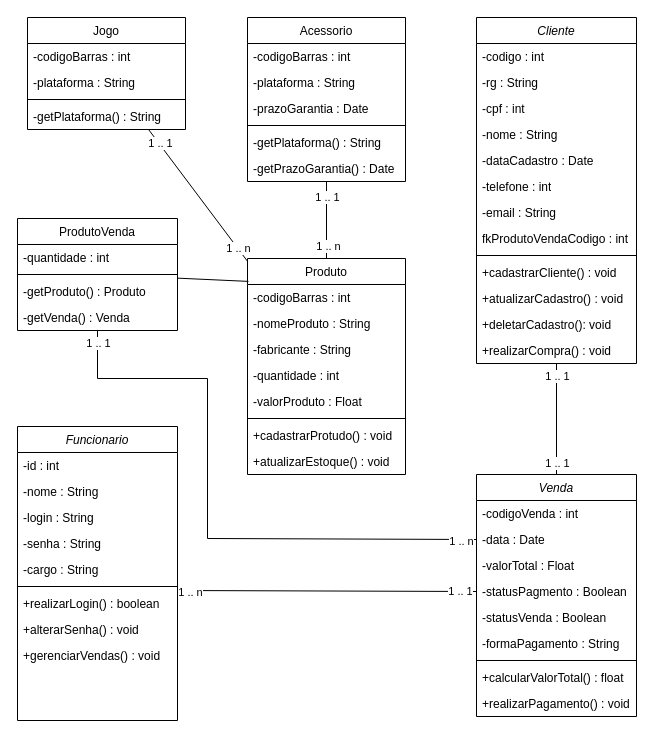
This is diagrama_loja_geek_pim_vi.drawio from matheusbatista1/class_diagram_loja_geek, a draw.io file, before an edit. Source tidied: cells renumbered, new cells numbered last; positions are measured from the earlier drawing's top-left corner, leaving out a move shared by most shapes. Both pictures are drawn from the tidied source at 100%, with x=0, y=0 at pixel (17, 17).
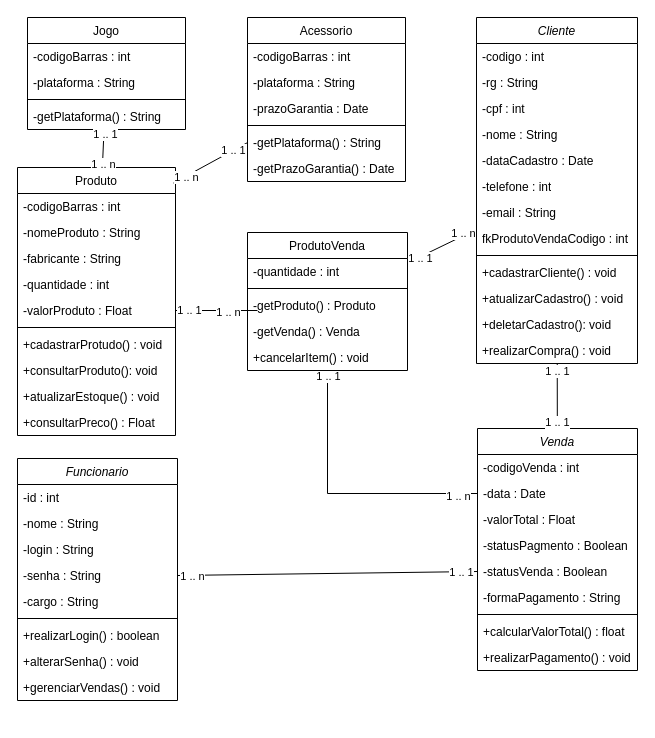
The same diagram, later.

Unchanged cells that the change refers to:
```xml
<mxCell id="6" value="-senha : String" style="text;strokeColor=none;fillColor=none;align=left;verticalAlign=top;spacingLeft=4;spacingRight=4;overflow=hidden;points=[[0,0.5],[1,0.5]];portConstraint=eastwest;whiteSpace=wrap;html=1;" parent="2" vertex="1">
  <mxGeometry y="104" width="160" height="26" as="geometry" />
</mxCell>
<mxCell id="8" style="line;html=1;strokeWidth=1;align=left;verticalAlign=middle;spacingTop=-1;spacingLeft=3;spacingRight=3;labelPosition=right;points=[];portConstraint=eastwest;" parent="2" vertex="1">
  <mxGeometry y="156" width="160" height="8" as="geometry" />
</mxCell>
<mxCell id="33" value="-data : Date" style="text;align=left;verticalAlign=top;spacingLeft=4;spacingRight=4;overflow=hidden;points=[[0,0.5],[1,0.5]];portConstraint=eastwest;rounded=0;shadow=0;html=0;" parent="31" vertex="1">
  <mxGeometry y="52" width="160" height="26" as="geometry" />
</mxCell>
<mxCell id="35" value="-statusPagmento : Boolean" style="text;strokeColor=none;fillColor=none;align=left;verticalAlign=top;spacingLeft=4;spacingRight=4;overflow=hidden;points=[[0,0.5],[1,0.5]];portConstraint=eastwest;whiteSpace=wrap;html=1;" parent="31" vertex="1">
  <mxGeometry y="104" width="160" height="26" as="geometry" />
</mxCell>
<mxCell id="36" value="-statusVenda : Boolean" style="text;strokeColor=none;fillColor=none;align=left;verticalAlign=top;spacingLeft=4;spacingRight=4;overflow=hidden;points=[[0,0.5],[1,0.5]];portConstraint=eastwest;whiteSpace=wrap;html=1;" parent="31" vertex="1">
  <mxGeometry y="130" width="160" height="26" as="geometry" />
</mxCell>
<mxCell id="46" value="-valorProduto : Float" style="text;strokeColor=none;fillColor=none;align=left;verticalAlign=top;spacingLeft=4;spacingRight=4;overflow=hidden;points=[[0,0.5],[1,0.5]];portConstraint=eastwest;whiteSpace=wrap;html=1;" parent="41" vertex="1">
  <mxGeometry y="130" width="158" height="26" as="geometry" />
</mxCell>
<mxCell id="55" value="Acessorio" style="swimlane;fontStyle=0;align=center;verticalAlign=top;horizontal=1;startSize=26;rounded=0;shadow=0;strokeWidth=1;" parent="1" vertex="1">
  <mxGeometry x="230" width="158" height="164" as="geometry" />
</mxCell>
```

The edit, as a diff of the source:
```diff
@@
     <mxCell id="2" value="Funcionario" style="swimlane;fontStyle=2;align=center;verticalAlign=top;horizontal=1;startSize=26;rounded=0;shadow=0;strokeWidth=1;" parent="1" vertex="1">
-      <mxGeometry y="409" width="160" height="294" as="geometry" />
+      <mxGeometry y="441" width="160" height="242" as="geometry" />
     </mxCell>
@@
-    <mxCell id="12" value="ProdutoVenda" style="swimlane;fontStyle=0;align=center;verticalAlign=top;horizontal=1;startSize=26;rounded=0;shadow=0;strokeWidth=1;" parent="1" vertex="1">
-      <mxGeometry y="201" width="160" height="112" as="geometry" />
-    </mxCell>
-    <mxCell id="13" value="-quantidade : int" style="text;align=left;verticalAlign=top;spacingLeft=4;spacingRight=4;overflow=hidden;rounded=0;shadow=0;html=0;" parent="12" vertex="1">
-      <mxGeometry y="26" width="160" height="26" as="geometry" />
-    </mxCell>
-    <mxCell id="14" style="line;html=1;strokeWidth=1;align=left;verticalAlign=middle;spacingTop=-1;spacingLeft=3;spacingRight=3;labelPosition=right;" parent="12" vertex="1">
-      <mxGeometry y="52" width="160" height="8" as="geometry" />
-    </mxCell>
-    <mxCell id="15" value="-getProduto() : Produto" style="text;strokeColor=none;fillColor=none;align=left;verticalAlign=top;spacingLeft=4;spacingRight=4;overflow=hidden;whiteSpace=wrap;html=1;" parent="12" vertex="1">
-      <mxGeometry y="60" width="160" height="26" as="geometry" />
-    </mxCell>
-    <mxCell id="16" value="-getVenda() : Venda" style="text;strokeColor=none;fillColor=none;align=left;verticalAlign=top;spacingLeft=4;spacingRight=4;overflow=hidden;whiteSpace=wrap;html=1;" parent="12" vertex="1">
-      <mxGeometry y="86" width="160" height="26" as="geometry" />
-    </mxCell>
     <mxCell id="17" value="Cliente" style="swimlane;fontStyle=2;align=center;verticalAlign=top;horizontal=1;startSize=26;rounded=0;shadow=0;strokeWidth=1;" parent="1" vertex="1">
-      <mxGeometry x="459" width="160" height="346" as="geometry" />
+      <mxGeometry x="459" width="161" height="346" as="geometry" />
     </mxCell>
     <mxCell id="18" value="-codigo : int" style="text;align=left;verticalAlign=top;spacingLeft=4;spacingRight=4;overflow=hidden;" parent="17" vertex="1">
-      <mxGeometry y="26" width="160" height="26" as="geometry" />
+      <mxGeometry y="26" width="161" height="26" as="geometry" />
     </mxCell>
     <mxCell id="19" value="-rg : String" style="text;align=left;verticalAlign=top;spacingLeft=4;spacingRight=4;overflow=hidden;rounded=0;shadow=0;html=0;" parent="17" vertex="1">
-      <mxGeometry y="52" width="160" height="26" as="geometry" />
+      <mxGeometry y="52" width="161" height="26" as="geometry" />
     </mxCell>
     <mxCell id="20" value="-cpf : int" style="text;align=left;verticalAlign=top;spacingLeft=4;spacingRight=4;overflow=hidden;rounded=0;shadow=0;html=0;" parent="17" vertex="1">
-      <mxGeometry y="78" width="160" height="26" as="geometry" />
+      <mxGeometry y="78" width="161" height="26" as="geometry" />
     </mxCell>
     <mxCell id="21" value="-nome : String" style="text;strokeColor=none;fillColor=none;align=left;verticalAlign=top;spacingLeft=4;spacingRight=4;overflow=hidden;whiteSpace=wrap;html=1;" parent="17" vertex="1">
-      <mxGeometry y="104" width="160" height="26" as="geometry" />
+      <mxGeometry y="104" width="161" height="26" as="geometry" />
     </mxCell>
     <mxCell id="22" value="-dataCadastro : Date" style="text;strokeColor=none;fillColor=none;align=left;verticalAlign=top;spacingLeft=4;spacingRight=4;overflow=hidden;whiteSpace=wrap;html=1;" parent="17" vertex="1">
-      <mxGeometry y="130" width="160" height="26" as="geometry" />
+      <mxGeometry y="130" width="161" height="26" as="geometry" />
     </mxCell>
     <mxCell id="23" value="-telefone : int" style="text;strokeColor=none;fillColor=none;align=left;verticalAlign=top;spacingLeft=4;spacingRight=4;overflow=hidden;whiteSpace=wrap;html=1;" parent="17" vertex="1">
-      <mxGeometry y="156" width="160" height="26" as="geometry" />
+      <mxGeometry y="156" width="161" height="26" as="geometry" />
     </mxCell>
     <mxCell id="24" value="-email : String" style="text;strokeColor=none;fillColor=none;align=left;verticalAlign=top;spacingLeft=4;spacingRight=4;overflow=hidden;whiteSpace=wrap;html=1;" parent="17" vertex="1">
-      <mxGeometry y="182" width="160" height="26" as="geometry" />
+      <mxGeometry y="182" width="161" height="26" as="geometry" />
     </mxCell>
     <mxCell id="25" value="fkProdutoVendaCodigo : int" style="text;strokeColor=none;fillColor=none;align=left;verticalAlign=top;spacingLeft=4;spacingRight=4;overflow=hidden;whiteSpace=wrap;html=1;" parent="17" vertex="1">
-      <mxGeometry y="208" width="160" height="26" as="geometry" />
+      <mxGeometry y="208" width="161" height="26" as="geometry" />
     </mxCell>
     <mxCell id="26" style="line;html=1;strokeWidth=1;align=left;verticalAlign=middle;spacingTop=-1;spacingLeft=3;spacingRight=3;labelPosition=right;" parent="17" vertex="1">
-      <mxGeometry y="234" width="160" height="8" as="geometry" />
+      <mxGeometry y="234" width="161" height="8" as="geometry" />
     </mxCell>
     <mxCell id="27" value="+cadastrarCliente() : void" style="text;strokeColor=none;fillColor=none;align=left;verticalAlign=top;spacingLeft=4;spacingRight=4;overflow=hidden;whiteSpace=wrap;html=1;" parent="17" vertex="1">
-      <mxGeometry y="242" width="160" height="26" as="geometry" />
+      <mxGeometry y="242" width="161" height="26" as="geometry" />
     </mxCell>
     <mxCell id="28" value="+atualizarCadastro() : void" style="text;strokeColor=none;fillColor=none;align=left;verticalAlign=top;spacingLeft=4;spacingRight=4;overflow=hidden;whiteSpace=wrap;html=1;" parent="17" vertex="1">
-      <mxGeometry y="268" width="160" height="26" as="geometry" />
+      <mxGeometry y="268" width="161" height="26" as="geometry" />
     </mxCell>
     <mxCell id="29" value="+deletarCadastro(): void" style="text;strokeColor=none;fillColor=none;align=left;verticalAlign=top;spacingLeft=4;spacingRight=4;overflow=hidden;whiteSpace=wrap;html=1;" parent="17" vertex="1">
-      <mxGeometry y="294" width="160" height="26" as="geometry" />
+      <mxGeometry y="294" width="161" height="26" as="geometry" />
     </mxCell>
     <mxCell id="30" value="+realizarCompra() : void" style="text;strokeColor=none;fillColor=none;align=left;verticalAlign=top;spacingLeft=4;spacingRight=4;overflow=hidden;whiteSpace=wrap;html=1;" parent="17" vertex="1">
-      <mxGeometry y="320" width="160" height="26" as="geometry" />
+      <mxGeometry y="320" width="161" height="26" as="geometry" />
     </mxCell>
     <mxCell id="31" value="Venda" style="swimlane;fontStyle=2;align=center;verticalAlign=top;horizontal=1;startSize=26;rounded=0;shadow=0;strokeWidth=1;" parent="1" vertex="1">
-      <mxGeometry x="459" y="457" width="160" height="242" as="geometry" />
+      <mxGeometry x="460" y="411" width="160" height="242" as="geometry" />
     </mxCell>
@@
     <mxCell id="41" value="Produto" style="swimlane;fontStyle=0;align=center;verticalAlign=top;horizontal=1;startSize=26;rounded=0;shadow=0;strokeWidth=1;" parent="1" vertex="1">
-      <mxGeometry x="230" y="241" width="158" height="216" as="geometry" />
+      <mxGeometry y="150" width="158" height="268" as="geometry" />
     </mxCell>
@@
+    <mxCell id="78" value="+consultarProduto(): void" style="text;strokeColor=none;fillColor=none;align=left;verticalAlign=top;spacingLeft=4;spacingRight=4;overflow=hidden;whiteSpace=wrap;html=1;" parent="41" vertex="1">
+      <mxGeometry y="190" width="158" height="26" as="geometry" />
+    </mxCell>
     <mxCell id="49" value="+atualizarEstoque() : void" style="text;strokeColor=none;fillColor=none;align=left;verticalAlign=top;spacingLeft=4;spacingRight=4;overflow=hidden;whiteSpace=wrap;html=1;" parent="41" vertex="1">
-      <mxGeometry y="190" width="158" height="26" as="geometry" />
+      <mxGeometry y="216" width="158" height="26" as="geometry" />
     </mxCell>
+    <mxCell id="79" value="+consultarPreco() : Float&lt;br&gt;" style="text;strokeColor=none;fillColor=none;align=left;verticalAlign=top;spacingLeft=4;spacingRight=4;overflow=hidden;whiteSpace=wrap;html=1;" parent="41" vertex="1">
+      <mxGeometry y="242" width="158" height="26" as="geometry" />
+    </mxCell>
@@
-    <mxCell id="62" style="endArrow=none;html=1;rounded=0;" parent="1" edge="1" source="41" target="55">
+    <mxCell id="62" style="endArrow=none;html=1;rounded=0;exitX=0.987;exitY=0.058;exitDx=0;exitDy=0;exitPerimeter=0;" parent="1" edge="1" source="41" target="55">
       <mxGeometry relative="1" as="geometry" />
     </mxCell>
@@
     <mxCell id="68" style="endArrow=none;html=1;rounded=0;exitX=0;exitY=0.5;exitDx=0;exitDy=0;" parent="1" edge="1" source="33" target="12">
       <mxGeometry relative="1" as="geometry">
         <Array as="points">
-          <mxPoint x="190" y="521" />
-          <mxPoint x="190" y="361" />
-          <mxPoint x="80" y="361" />
+          <mxPoint x="310" y="476" />
         </Array>
       </mxGeometry>
     </mxCell>
     <mxCell id="69" value="1 .. n" style="edgeLabel;html=1;align=center;verticalAlign=middle;" parent="68" vertex="1">
-      <mxGeometry x="-0.95" y="2" relative="1" as="geometry" />
+      <mxGeometry x="-0.95" y="2" relative="1" as="geometry">
+        <mxPoint x="-13" as="offset" />
+      </mxGeometry>
     </mxCell>
@@
-    <mxCell id="71" style="endArrow=none;html=1;rounded=0;exitX=0.006;exitY=0.106;exitDx=0;exitDy=0;exitPerimeter=0;" parent="1" edge="1" source="41" target="12">
-      <mxGeometry relative="1" as="geometry" />
+    <mxCell id="71" style="endArrow=none;html=1;rounded=0;exitX=1;exitY=0.5;exitDx=0;exitDy=0;" parent="1" edge="1" source="46">
+      <mxGeometry relative="1" as="geometry">
+        <mxPoint x="240" y="293" as="targetPoint" />
+      </mxGeometry>
     </mxCell>
+    <mxCell id="80" value="1 .. n" style="edgeLabel;html=1;align=center;verticalAlign=middle;" parent="71" vertex="1">
+      <mxGeometry x="0.6" y="-1" relative="1" as="geometry">
+        <mxPoint x="-14" as="offset" />
+      </mxGeometry>
+    </mxCell>
+    <mxCell id="81" value="1 .. 1" style="edgeLabel;html=1;align=center;verticalAlign=middle;" parent="71" vertex="1">
+      <mxGeometry x="-0.49" y="1" relative="1" as="geometry">
+        <mxPoint x="-8" as="offset" />
+      </mxGeometry>
+    </mxCell>
@@
-    <mxCell id="75" style="endArrow=none;html=1;rounded=0;exitX=1;exitY=1;exitDx=0;exitDy=0;exitPerimeter=0;entryX=0;entryY=0.5;entryDx=0;entryDy=0;" parent="1" edge="1" source="8" target="35">
+    <mxCell id="75" style="endArrow=none;html=1;rounded=0;exitX=1;exitY=0.5;exitDx=0;exitDy=0;entryX=0;entryY=0.5;entryDx=0;entryDy=0;" parent="1" edge="1" source="6" target="36">
       <mxGeometry relative="1" as="geometry" />
     </mxCell>
@@
+    <mxCell id="12" value="ProdutoVenda" style="swimlane;fontStyle=0;align=center;verticalAlign=top;horizontal=1;startSize=26;rounded=0;shadow=0;strokeWidth=1;" parent="1" vertex="1">
+      <mxGeometry x="230" y="215" width="160" height="138" as="geometry" />
+    </mxCell>
+    <mxCell id="13" value="-quantidade : int" style="text;align=left;verticalAlign=top;spacingLeft=4;spacingRight=4;overflow=hidden;rounded=0;shadow=0;html=0;" parent="12" vertex="1">
+      <mxGeometry y="26" width="160" height="26" as="geometry" />
+    </mxCell>
+    <mxCell id="14" style="line;html=1;strokeWidth=1;align=left;verticalAlign=middle;spacingTop=-1;spacingLeft=3;spacingRight=3;labelPosition=right;" parent="12" vertex="1">
+      <mxGeometry y="52" width="160" height="8" as="geometry" />
+    </mxCell>
+    <mxCell id="15" value="-getProduto() : Produto" style="text;strokeColor=none;fillColor=none;align=left;verticalAlign=top;spacingLeft=4;spacingRight=4;overflow=hidden;whiteSpace=wrap;html=1;" parent="12" vertex="1">
+      <mxGeometry y="60" width="160" height="26" as="geometry" />
+    </mxCell>
+    <mxCell id="16" value="-getVenda() : Venda" style="text;strokeColor=none;fillColor=none;align=left;verticalAlign=top;spacingLeft=4;spacingRight=4;overflow=hidden;whiteSpace=wrap;html=1;" parent="12" vertex="1">
+      <mxGeometry y="86" width="160" height="26" as="geometry" />
+    </mxCell>
+    <mxCell id="82" value="+cancelarItem() : void" style="text;strokeColor=none;fillColor=none;align=left;verticalAlign=top;spacingLeft=4;spacingRight=4;overflow=hidden;whiteSpace=wrap;html=1;" parent="12" vertex="1">
+      <mxGeometry y="112" width="160" height="26" as="geometry" />
+    </mxCell>
+    <mxCell id="83" style="endArrow=none;html=1;rounded=0;" parent="1" edge="1" source="12" target="17">
+      <mxGeometry relative="1" as="geometry" />
+    </mxCell>
+    <mxCell id="84" value="1 .. 1" style="edgeLabel;html=1;align=center;verticalAlign=middle;" parent="83" vertex="1">
+      <mxGeometry x="-0.67" y="-1" relative="1" as="geometry" />
+    </mxCell>
+    <mxCell id="85" value="1 .. n" style="edgeLabel;html=1;align=center;verticalAlign=middle;" parent="83" vertex="1">
+      <mxGeometry x="0.64" y="3" relative="1" as="geometry" />
+    </mxCell>
```
